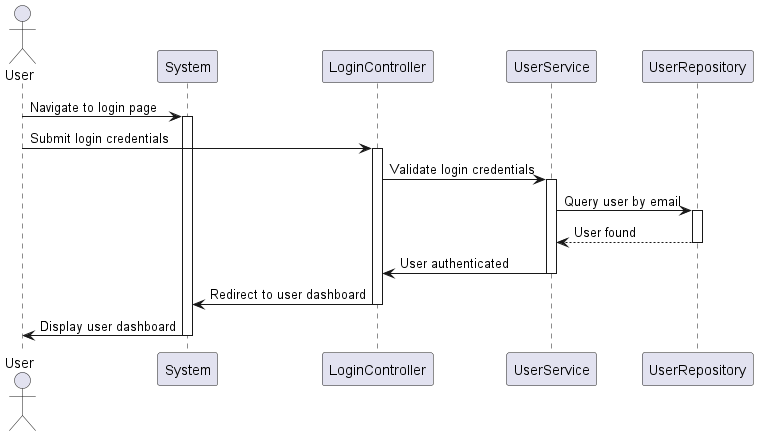
Before: diagrammes/diagrammes de séquences/login_séquence.png, a diagram exported from PlantUML (Waarrez/Blog-PHP-Projet-Openclassrooms). The source it was exported from:
```plantuml
@startuml

actor User as User
participant "System" as System
participant LoginController as Controller
participant UserService as UserService
participant UserRepository as UserRepo

User -> System: Navigate to login page
activate System

User -> Controller: Submit login credentials
activate Controller

Controller -> UserService: Validate login credentials
activate UserService

UserService -> UserRepo: Query user by email
activate UserRepo
UserRepo --> UserService: User found
deactivate UserRepo

UserService -> Controller: User authenticated
deactivate UserService

Controller -> System: Redirect to user dashboard
deactivate Controller

System -> User: Display user dashboard

deactivate System
@enduml
```
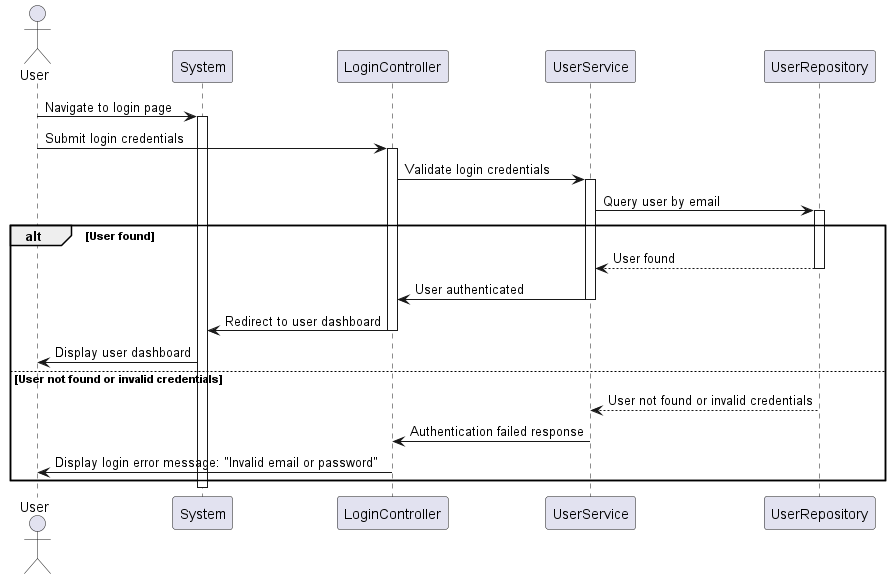
Above is the later version.

Diff of the diagram source:
```diff
@@ -17,16 +17,27 @@
 
 UserService -> UserRepo: Query user by email
 activate UserRepo
-UserRepo --> UserService: User found
-deactivate UserRepo
 
-UserService -> Controller: User authenticated
-deactivate UserService
+alt User found
+    UserRepo --> UserService: User found
+    deactivate UserRepo
 
-Controller -> System: Redirect to user dashboard
-deactivate Controller
+    UserService -> Controller: User authenticated
+    deactivate UserService
 
-System -> User: Display user dashboard
+    Controller -> System: Redirect to user dashboard
+    deactivate Controller
+
+    System -> User: Display user dashboard
+else User not found or invalid credentials
+    UserRepo --> UserService: User not found or invalid credentials
+    deactivate UserRepo
+
+    UserService -> Controller: Authentication failed response
+    deactivate UserService
+
+    Controller -> User: Display login error message: "Invalid email or password"
+end
 
 deactivate System
 @enduml
```
